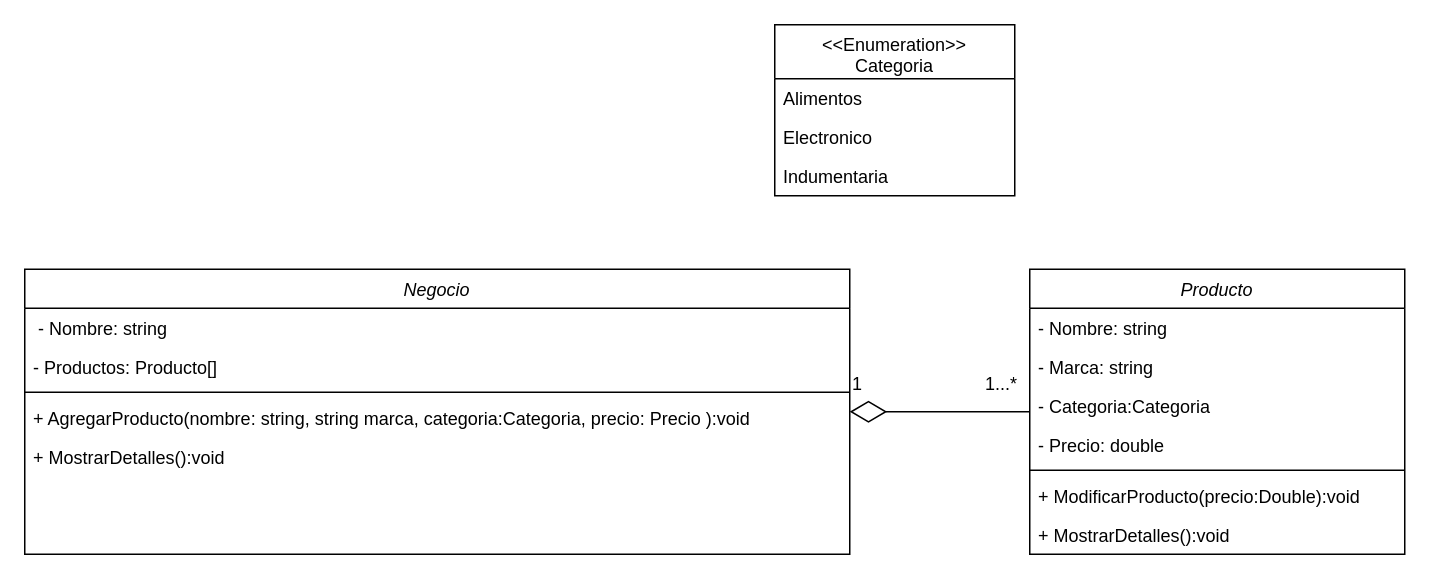
This is tiendaDiagramaClases.drawio from nmgomez00/Tienda, a draw.io file, before an edit. Source tidied: cells renumbered, new cells numbered last; positions are measured from the earlier drawing's top-left corner, leaving out a move shared by most shapes. Both pictures are drawn from the tidied source at 150%, with x=0, y=0 at pixel (24, 24).
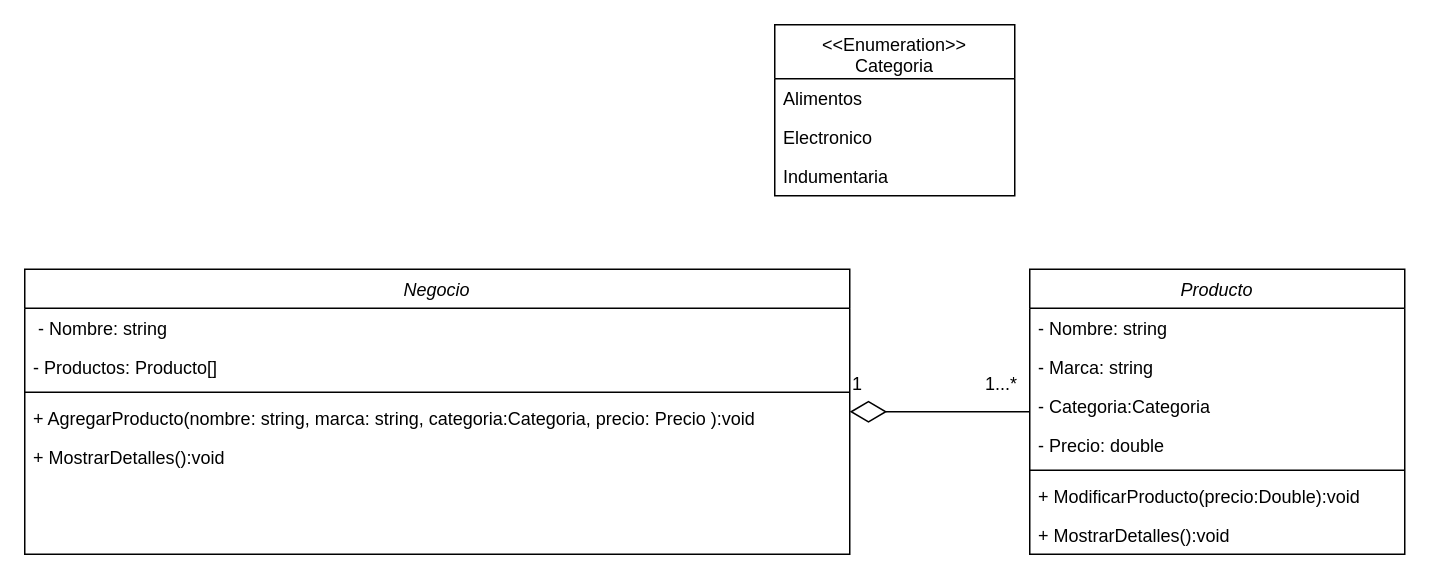
The same page after the edit.

Commit message:
Arreglando el diagrama de clases

The change refers to these unchanged cells:
```xml
<mxCell id="10" value="Negocio" style="swimlane;fontStyle=2;align=center;verticalAlign=top;horizontal=1;startSize=26;rounded=0;shadow=0;strokeWidth=1;" parent="1" vertex="1">
  <mxGeometry y="163" width="550" height="190" as="geometry" />
</mxCell>
```

Change to the diagram source:
```diff
@@
-    <mxCell id="14" value="+ AgregarProducto(nombre: string, string marca, categoria:Categoria, precio: Precio ):void" style="text;align=left;verticalAlign=top;spacingLeft=4;spacingRight=4;overflow=hidden;" parent="10" vertex="1">
+    <mxCell id="14" value="+ AgregarProducto(nombre: string, marca: string, categoria:Categoria, precio: Precio ):void" style="text;align=left;verticalAlign=top;spacingLeft=4;spacingRight=4;overflow=hidden;" parent="10" vertex="1">
       <mxGeometry y="86" width="550" height="26" as="geometry" />
     </mxCell>
```
